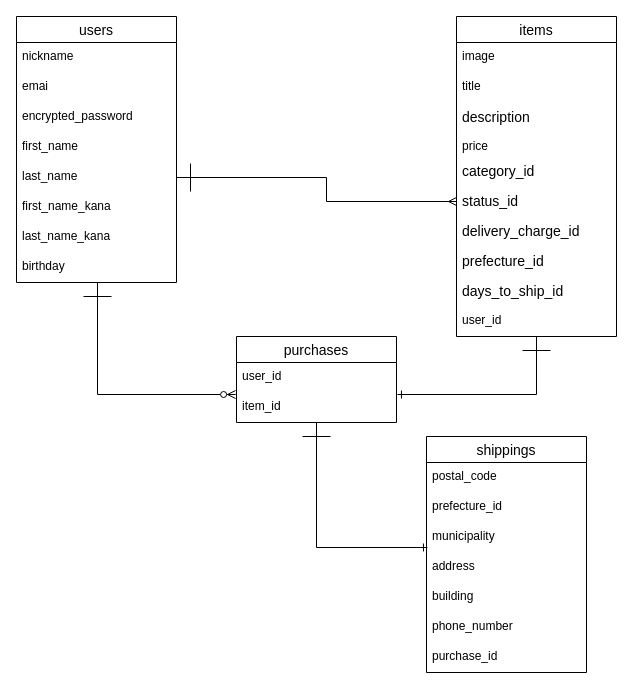
Sashimi0343/furima-35172 keeps this draw.io diagram as DB_ER.dio. Above is the earlier version. Source tidied: cells renumbered, new cells numbered last; positions are measured from the earlier drawing's top-left corner, leaving out a move shared by most shapes. Both pictures are drawn from the tidied source at 100%, with x=0, y=0 at pixel (16, 16).
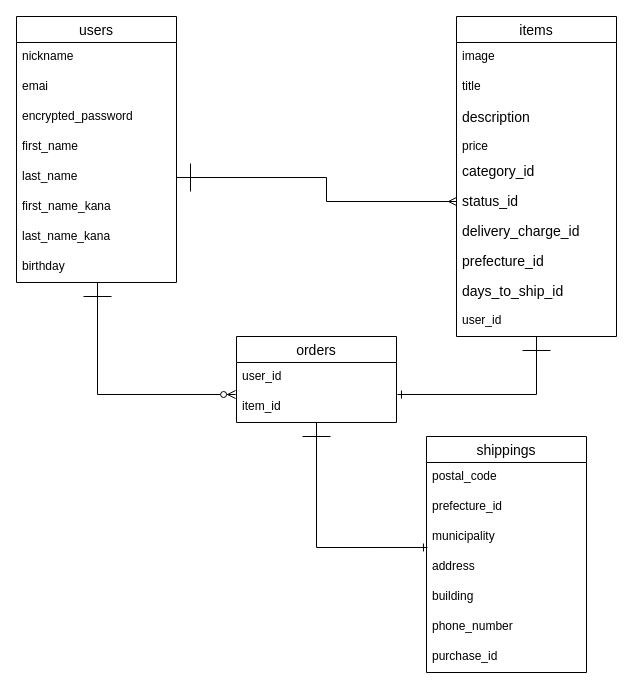
The same diagram, later.

Commit message (it also covers changes not shown here):
テーブル名変更

Change to the diagram source:
```diff
@@
-    <mxCell id="25" value="purchases" style="swimlane;fontStyle=0;horizontal=1;startSize=26;align=center;fontSize=14;" parent="1" vertex="1">
+    <mxCell id="25" value="orders" style="swimlane;fontStyle=0;horizontal=1;startSize=26;align=center;fontSize=14;" parent="1" vertex="1">
       <mxGeometry x="220" y="320" width="160" height="86" as="geometry" />
     </mxCell>
```
